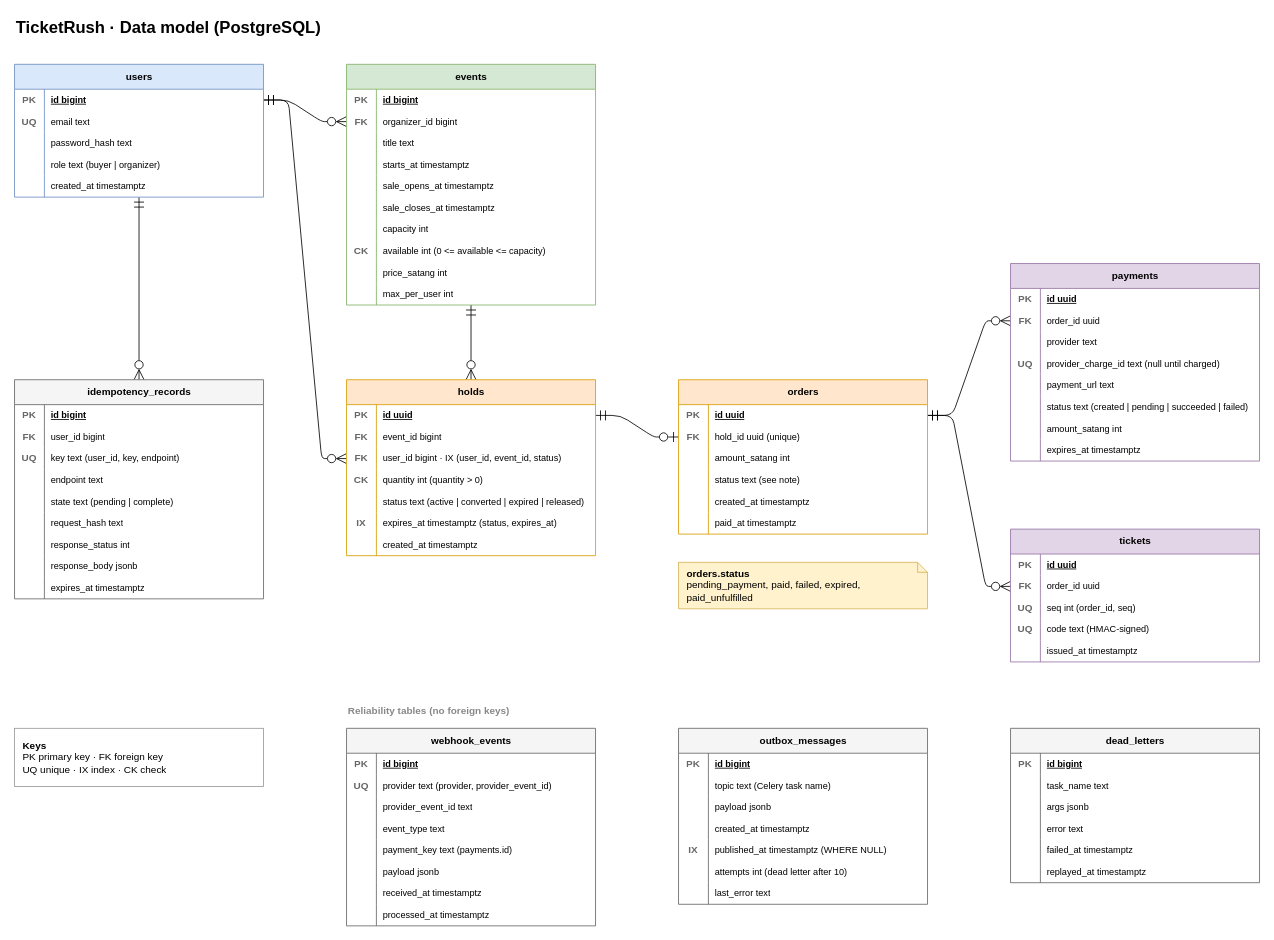
Earlier version of the draw.io diagram docs/diagrams/data-model.drawio (NaphatJM/ticketrush). Source tidied: cells renumbered, new cells numbered last; positions are measured from the earlier drawing's top-left corner, leaving out a move shared by most shapes. Both pictures are drawn from the tidied source at 83%, with x=0, y=0 at pixel (14, 14).
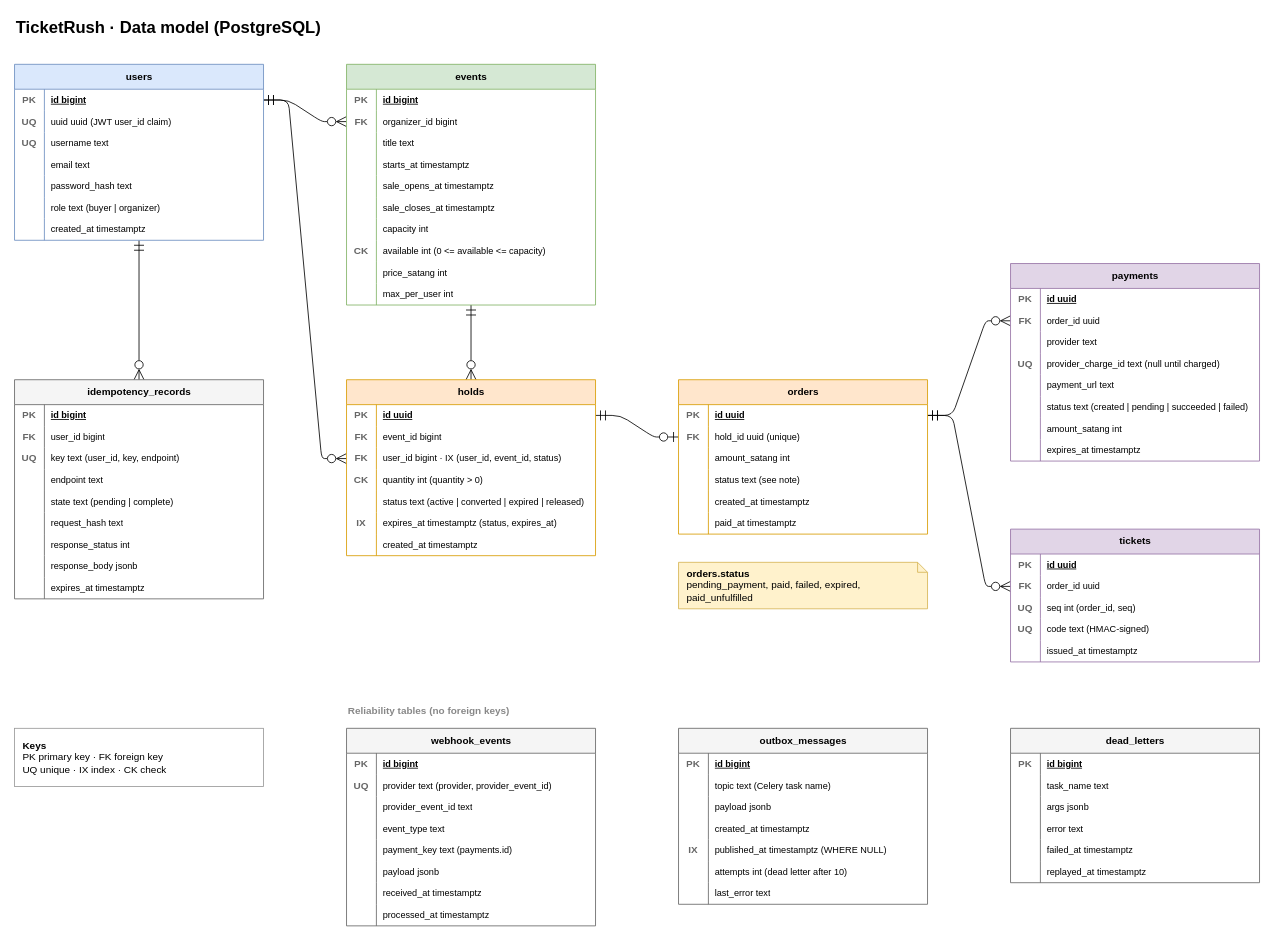
The same page after the edit.

The change refers to these unchanged cells:
```xml
<mxCell id="7" style="shape=tableRow;horizontal=0;startSize=0;swimlaneHead=0;swimlaneBody=0;fillColor=none;top=0;left=0;right=0;bottom=0;html=1;" parent="3" vertex="1">
  <mxGeometry y="56" width="300" height="26" as="geometry" />
</mxCell>
<mxCell id="10" style="shape=tableRow;horizontal=0;startSize=0;swimlaneHead=0;swimlaneBody=0;fillColor=none;top=0;left=0;right=0;bottom=0;html=1;" parent="3" vertex="1">
  <mxGeometry y="82" width="300" height="26" as="geometry" />
</mxCell>
<mxCell id="13" style="shape=tableRow;horizontal=0;startSize=0;swimlaneHead=0;swimlaneBody=0;fillColor=none;top=0;left=0;right=0;bottom=0;html=1;" parent="3" vertex="1">
  <mxGeometry y="108" width="300" height="26" as="geometry" />
</mxCell>
<mxCell id="16" style="shape=tableRow;horizontal=0;startSize=0;swimlaneHead=0;swimlaneBody=0;fillColor=none;top=0;left=0;right=0;bottom=0;html=1;" parent="3" vertex="1">
  <mxGeometry y="134" width="300" height="26" as="geometry" />
</mxCell>
```

The edit, as a diff of the source:
```diff
@@
     <mxCell id="3" value="users" style="shape=table;startSize=30;childLayout=tableLayout;rowLines=0;fontStyle=1;align=center;html=1;fillColor=#dae8fc;strokeColor=#6c8ebf;swimlaneFillColor=#ffffff;" parent="2" vertex="1">
-      <mxGeometry y="60" width="300" height="160" as="geometry" />
+      <mxGeometry y="60" width="300" height="212" as="geometry" />
     </mxCell>
@@
-    <mxCell id="9" value="email text" style="shape=partialRectangle;fillColor=none;top=0;left=0;bottom=0;right=0;align=left;spacingLeft=6;overflow=hidden;html=1;fontSize=11;" parent="7" vertex="1">
+    <mxCell id="9" value="uuid uuid  (JWT user_id claim)" style="shape=partialRectangle;fillColor=none;top=0;left=0;bottom=0;right=0;align=left;spacingLeft=6;overflow=hidden;html=1;fontSize=11;" parent="7" vertex="1">
       <mxGeometry x="36" width="264" height="26" as="geometry" />
     </mxCell>
@@
-    <mxCell id="11" style="shape=partialRectangle;fillColor=none;top=0;left=0;bottom=0;right=0;fontStyle=1;overflow=hidden;html=1;fontColor=#666666;" parent="10" vertex="1">
+    <mxCell id="11" value="UQ" style="shape=partialRectangle;fillColor=none;top=0;left=0;bottom=0;right=0;fontStyle=1;overflow=hidden;html=1;fontColor=#666666;" parent="10" vertex="1">
       <mxGeometry width="36" height="26" as="geometry" />
     </mxCell>
-    <mxCell id="12" value="password_hash text" style="shape=partialRectangle;fillColor=none;top=0;left=0;bottom=0;right=0;align=left;spacingLeft=6;overflow=hidden;html=1;fontSize=11;" parent="10" vertex="1">
+    <mxCell id="12" value="username text" style="shape=partialRectangle;fillColor=none;top=0;left=0;bottom=0;right=0;align=left;spacingLeft=6;overflow=hidden;html=1;fontSize=11;" parent="10" vertex="1">
       <mxGeometry x="36" width="264" height="26" as="geometry" />
     </mxCell>
@@
-    <mxCell id="15" value="role text (buyer | organizer)" style="shape=partialRectangle;fillColor=none;top=0;left=0;bottom=0;right=0;align=left;spacingLeft=6;overflow=hidden;html=1;fontSize=11;" parent="13" vertex="1">
+    <mxCell id="15" value="email text" style="shape=partialRectangle;fillColor=none;top=0;left=0;bottom=0;right=0;align=left;spacingLeft=6;overflow=hidden;html=1;fontSize=11;" parent="13" vertex="1">
       <mxGeometry x="36" width="264" height="26" as="geometry" />
     </mxCell>
@@
-    <mxCell id="18" value="created_at timestamptz" style="shape=partialRectangle;fillColor=none;top=0;left=0;bottom=0;right=0;align=left;spacingLeft=6;overflow=hidden;html=1;fontSize=11;" parent="16" vertex="1">
+    <mxCell id="18" value="password_hash text" style="shape=partialRectangle;fillColor=none;top=0;left=0;bottom=0;right=0;align=left;spacingLeft=6;overflow=hidden;html=1;fontSize=11;" parent="16" vertex="1">
       <mxGeometry x="36" width="264" height="26" as="geometry" />
     </mxCell>
+    <mxCell id="237" style="shape=tableRow;horizontal=0;startSize=0;swimlaneHead=0;swimlaneBody=0;fillColor=none;top=0;left=0;right=0;bottom=0;html=1;" parent="3" vertex="1">
+      <mxGeometry y="160" width="300" height="26" as="geometry" />
+    </mxCell>
+    <mxCell id="238" style="shape=partialRectangle;fillColor=none;top=0;left=0;bottom=0;right=0;fontStyle=1;overflow=hidden;html=1;fontColor=#666666;" parent="237" vertex="1">
+      <mxGeometry width="36" height="26" as="geometry" />
+    </mxCell>
+    <mxCell id="239" value="role text (buyer | organizer)" style="shape=partialRectangle;fillColor=none;top=0;left=0;bottom=0;right=0;align=left;spacingLeft=6;overflow=hidden;html=1;fontSize=11;" parent="237" vertex="1">
+      <mxGeometry x="36" width="264" height="26" as="geometry" />
+    </mxCell>
+    <mxCell id="240" style="shape=tableRow;horizontal=0;startSize=0;swimlaneHead=0;swimlaneBody=0;fillColor=none;top=0;left=0;right=0;bottom=0;html=1;" parent="3" vertex="1">
+      <mxGeometry y="186" width="300" height="26" as="geometry" />
+    </mxCell>
+    <mxCell id="241" style="shape=partialRectangle;fillColor=none;top=0;left=0;bottom=0;right=0;fontStyle=1;overflow=hidden;html=1;fontColor=#666666;" parent="240" vertex="1">
+      <mxGeometry width="36" height="26" as="geometry" />
+    </mxCell>
+    <mxCell id="242" value="created_at timestamptz" style="shape=partialRectangle;fillColor=none;top=0;left=0;bottom=0;right=0;align=left;spacingLeft=6;overflow=hidden;html=1;fontSize=11;" parent="240" vertex="1">
+      <mxGeometry x="36" width="264" height="26" as="geometry" />
+    </mxCell>
```
